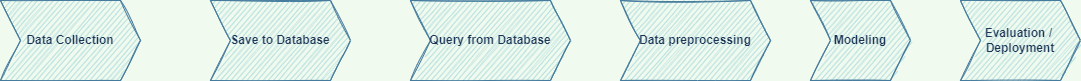
Above: output/Untitled Diagram.drawio.png in wjdolan/Final_project (draw.io), before the change. Source tidied: cells renumbered, new cells last; positions are measured from the earlier drawing's top-left corner, leaving out a move shared by most shapes.
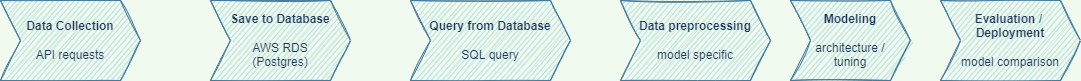
After the commit.

Change to the diagram source:
```diff
@@ -2,23 +2,23 @@
   <root>
     <mxCell id="0" />
     <mxCell id="1" parent="0" />
-    <mxCell id="2" value="&lt;b&gt;Data Collection&lt;/b&gt;" style="shape=step;perimeter=stepPerimeter;whiteSpace=wrap;html=1;fixedSize=1;rounded=0;sketch=1;fontColor=#1D3557;strokeColor=#457B9D;fillColor=#A8DADC;align=center;" parent="1" vertex="1">
+    <mxCell id="2" value="&lt;b&gt;Data Collection&lt;/b&gt;&lt;br&gt;&lt;br&gt;API requests" style="shape=step;perimeter=stepPerimeter;whiteSpace=wrap;html=1;fixedSize=1;rounded=0;sketch=1;fontColor=#1D3557;strokeColor=#457B9D;fillColor=#A8DADC;align=center;" parent="1" vertex="1">
       <mxGeometry width="140" height="80" as="geometry" />
     </mxCell>
-    <mxCell id="3" value="&lt;b&gt;Save to Database&lt;/b&gt;" style="shape=step;perimeter=stepPerimeter;whiteSpace=wrap;html=1;fixedSize=1;rounded=0;sketch=1;fontColor=#1D3557;strokeColor=#457B9D;fillColor=#A8DADC;" parent="1" vertex="1">
+    <mxCell id="3" value="&lt;b&gt;Save to Database&lt;/b&gt;&lt;br&gt;&lt;br&gt;AWS RDS&lt;br&gt;(Postgres)" style="shape=step;perimeter=stepPerimeter;whiteSpace=wrap;html=1;fixedSize=1;rounded=0;sketch=1;fontColor=#1D3557;strokeColor=#457B9D;fillColor=#A8DADC;" parent="1" vertex="1">
       <mxGeometry x="210" width="140" height="80" as="geometry" />
     </mxCell>
-    <mxCell id="4" value="&lt;b&gt;Query from Database&lt;/b&gt;" style="shape=step;perimeter=stepPerimeter;whiteSpace=wrap;html=1;fixedSize=1;rounded=0;sketch=1;fontColor=#1D3557;strokeColor=#457B9D;fillColor=#A8DADC;" parent="1" vertex="1">
+    <mxCell id="4" value="&lt;b&gt;Query from Database&lt;/b&gt;&lt;br&gt;&lt;br&gt;SQL query" style="shape=step;perimeter=stepPerimeter;whiteSpace=wrap;html=1;fixedSize=1;rounded=0;sketch=1;fontColor=#1D3557;strokeColor=#457B9D;fillColor=#A8DADC;" parent="1" vertex="1">
       <mxGeometry x="410" width="160" height="80" as="geometry" />
     </mxCell>
-    <mxCell id="5" value="&lt;b&gt;Data preprocessing&lt;/b&gt;" style="shape=step;perimeter=stepPerimeter;whiteSpace=wrap;html=1;fixedSize=1;rounded=0;sketch=1;fontColor=#1D3557;strokeColor=#457B9D;fillColor=#A8DADC;" parent="1" vertex="1">
+    <mxCell id="5" value="&lt;b&gt;Data preprocessing&lt;/b&gt;&lt;br&gt;&lt;br&gt;model specific" style="shape=step;perimeter=stepPerimeter;whiteSpace=wrap;html=1;fixedSize=1;rounded=0;sketch=1;fontColor=#1D3557;strokeColor=#457B9D;fillColor=#A8DADC;" parent="1" vertex="1">
       <mxGeometry x="620" width="150" height="80" as="geometry" />
     </mxCell>
-    <mxCell id="6" value="&lt;b&gt;Modeling&lt;/b&gt;" style="shape=step;perimeter=stepPerimeter;whiteSpace=wrap;html=1;fixedSize=1;rounded=0;sketch=1;fontColor=#1D3557;strokeColor=#457B9D;fillColor=#A8DADC;" parent="1" vertex="1">
-      <mxGeometry x="810" width="100" height="80" as="geometry" />
+    <mxCell id="6" value="&lt;b&gt;Modeling&lt;/b&gt;&lt;br&gt;&lt;br&gt;architecture /&lt;br&gt;tuning" style="shape=step;perimeter=stepPerimeter;whiteSpace=wrap;html=1;fixedSize=1;rounded=0;sketch=1;fontColor=#1D3557;strokeColor=#457B9D;fillColor=#A8DADC;" parent="1" vertex="1">
+      <mxGeometry x="790" width="120" height="80" as="geometry" />
     </mxCell>
-    <mxCell id="7" value="&lt;b&gt;Evaluation /&amp;nbsp;&lt;br&gt;Deployment&lt;br&gt;&lt;/b&gt;" style="shape=step;perimeter=stepPerimeter;whiteSpace=wrap;html=1;fixedSize=1;rounded=0;sketch=1;fontColor=#1D3557;strokeColor=#457B9D;fillColor=#A8DADC;" parent="1" vertex="1">
-      <mxGeometry x="960" width="120" height="80" as="geometry" />
+    <mxCell id="7" value="&lt;b&gt;Evaluation /&amp;nbsp;&lt;/b&gt;&lt;br&gt;&lt;b&gt;Deployment&lt;/b&gt;&lt;br&gt;&lt;br&gt;model comparison" style="shape=step;perimeter=stepPerimeter;whiteSpace=wrap;html=1;fixedSize=1;rounded=0;sketch=1;fontColor=#1D3557;strokeColor=#457B9D;fillColor=#A8DADC;" parent="1" vertex="1">
+      <mxGeometry x="940" width="140" height="80" as="geometry" />
     </mxCell>
   </root>
 </mxGraphModel>
```
